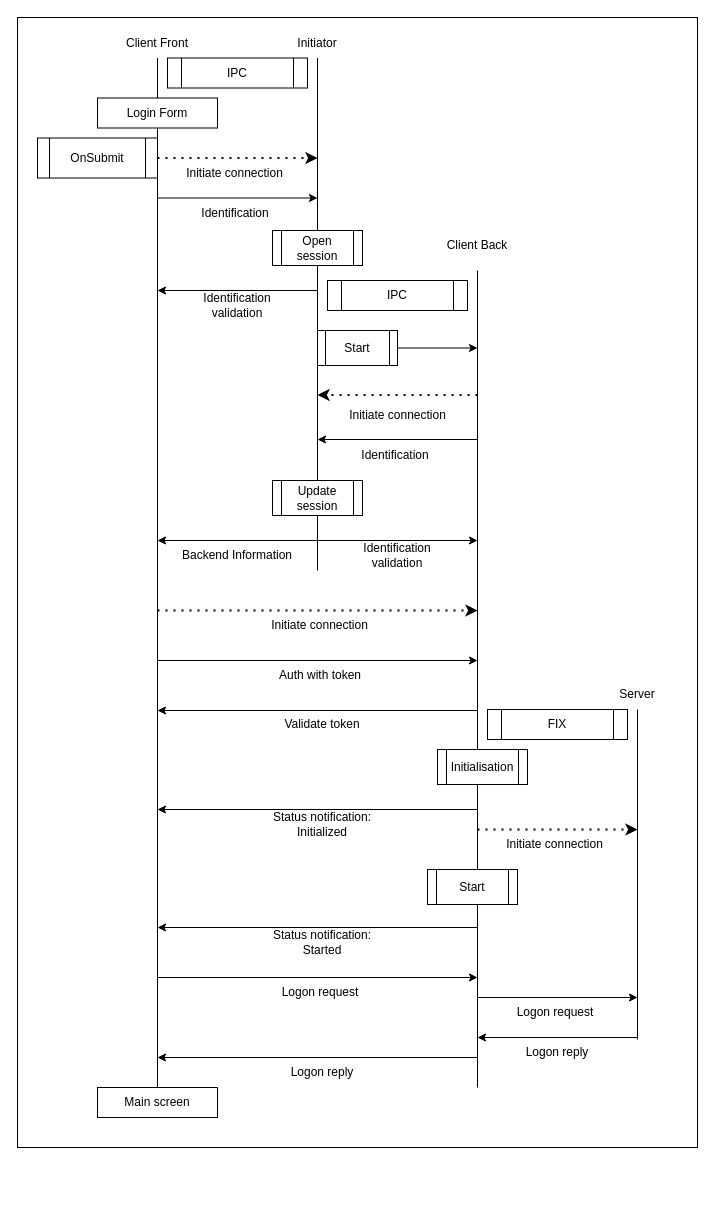
Before: page "IPC protocol" (1 of 3) of schema.drawio in DipStax/FIX4.2-protocol, a draw.io diagram. Source tidied: cells renumbered, new cells numbered last; positions are measured from the earlier drawing's top-left corner, leaving out a move shared by most shapes. Both pictures are drawn from the tidied source at 100%, with x=0, y=0 at pixel (17, 17).
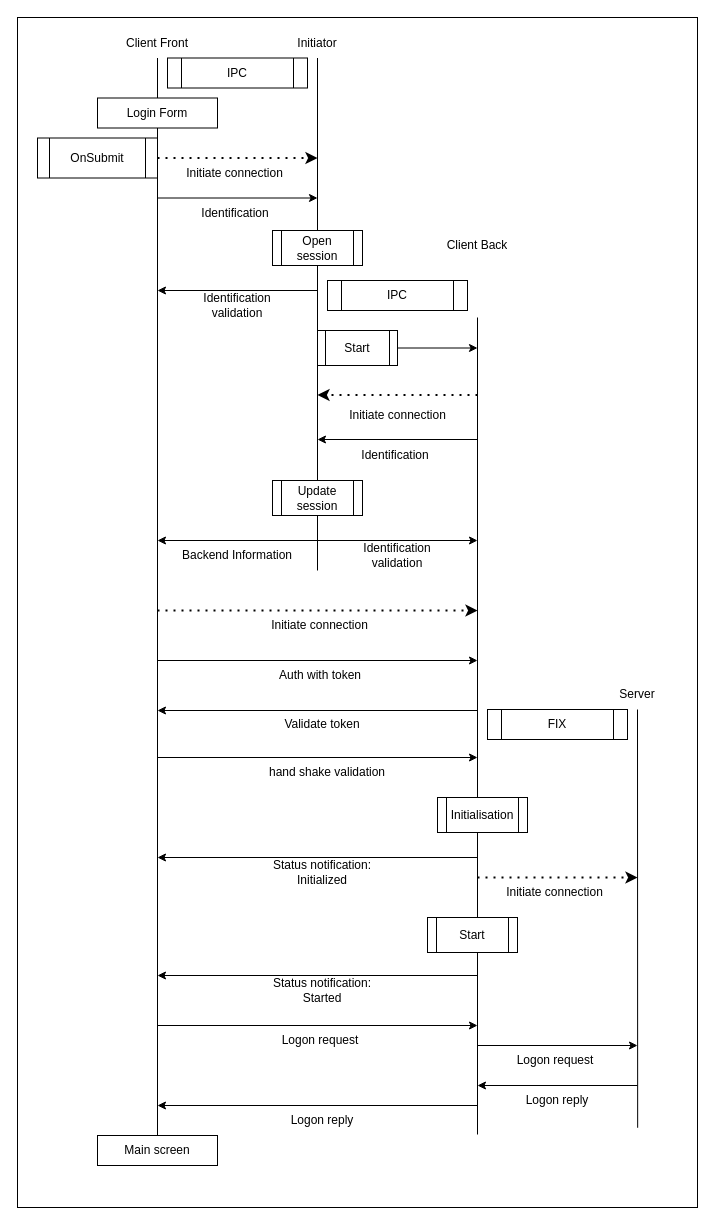
The same diagram, later.

Commit message (it also covers changes not shown here):
doc(Client): update with new hand shake feature

Unchanged cells that the change refers to:
```xml
<mxCell id="17" value="Client Back" style="text;strokeColor=none;fillColor=none;align=center;verticalAlign=middle;spacingLeft=4;spacingRight=4;overflow=hidden;points=[[0,0.5],[1,0.5]];portConstraint=eastwest;whiteSpace=wrap;html=1;" parent="1" vertex="1">
  <mxGeometry x="420" y="213" width="80" height="30" as="geometry" />
</mxCell>
```

What changed in the source:
```diff
@@
     <mxCell id="2" style="rounded=0;whiteSpace=wrap;html=1;" parent="1" vertex="1">
-      <mxGeometry width="680" height="1130" as="geometry" />
+      <mxGeometry width="680" height="1190" as="geometry" />
     </mxCell>
@@
-    <mxCell id="5" style="endArrow=none;html=1;entryX=0.5;entryY=1.333;entryDx=0;entryDy=0;entryPerimeter=0;" parent="1" edge="1" target="17">
+    <mxCell id="5" style="endArrow=none;html=1;entryX=0.5;entryY=1.333;entryDx=0;entryDy=0;entryPerimeter=0;" parent="1" edge="1">
       <mxGeometry relative="1" as="geometry">
-        <mxPoint x="460" y="1070" as="sourcePoint" />
+        <mxPoint x="460" y="1117" as="sourcePoint" />
+        <mxPoint x="460" y="300" as="targetPoint" />
       </mxGeometry>
     </mxCell>
@@
     <mxCell id="31" style="endArrow=classic;html=1;" parent="1" edge="1">
       <mxGeometry relative="1" as="geometry">
-        <mxPoint x="460" y="792" as="sourcePoint" />
-        <mxPoint x="140" y="792" as="targetPoint" />
+        <mxPoint x="460" y="840" as="sourcePoint" />
+        <mxPoint x="140" y="840" as="targetPoint" />
       </mxGeometry>
     </mxCell>
     <mxCell id="32" value="Status notification:&lt;div&gt;Initialized&lt;/div&gt;" style="text;html=1;align=center;verticalAlign=middle;whiteSpace=wrap;rounded=0;" parent="1" vertex="1">
-      <mxGeometry x="245" y="792" width="120" height="30" as="geometry" />
+      <mxGeometry x="245" y="840" width="120" height="30" as="geometry" />
     </mxCell>
     <mxCell id="33" value="Initialisation" style="shape=process;whiteSpace=wrap;html=1;backgroundOutline=1;" parent="1" vertex="1">
-      <mxGeometry x="420" y="732" width="90" height="35" as="geometry" />
+      <mxGeometry x="420" y="780" width="90" height="35" as="geometry" />
     </mxCell>
@@
-    <mxCell id="35" style="endArrow=none;html=1;" parent="1" edge="1">
+    <mxCell id="35" style="endArrow=none;html=1;exitX=0.912;exitY=0.933;exitDx=0;exitDy=0;exitPerimeter=0;" parent="1" edge="1" source="2">
       <mxGeometry relative="1" as="geometry">
-        <mxPoint x="620" y="1022" as="sourcePoint" />
         <mxPoint x="620" y="692" as="targetPoint" />
       </mxGeometry>
     </mxCell>
@@
     <mxCell id="37" style="endArrow=classic;dashed=1;html=1;dashPattern=1 3;strokeWidth=2;exitX=1;exitY=0.5;exitDx=0;exitDy=0;endFill=1;" parent="1" edge="1">
       <mxGeometry relative="1" as="geometry">
-        <mxPoint x="460" y="812" as="sourcePoint" />
-        <mxPoint x="620" y="812" as="targetPoint" />
+        <mxPoint x="460" y="860" as="sourcePoint" />
+        <mxPoint x="620" y="860" as="targetPoint" />
       </mxGeometry>
     </mxCell>
     <mxCell id="38" value="Initiate connection" style="text;html=1;align=center;verticalAlign=middle;whiteSpace=wrap;rounded=0;" parent="1" vertex="1">
-      <mxGeometry x="485" y="812" width="105" height="30" as="geometry" />
+      <mxGeometry x="485" y="860" width="105" height="30" as="geometry" />
     </mxCell>
     <mxCell id="39" style="endArrow=classic;html=1;" parent="1" edge="1">
       <mxGeometry relative="1" as="geometry">
-        <mxPoint x="140" y="960" as="sourcePoint" />
-        <mxPoint x="460" y="960" as="targetPoint" />
+        <mxPoint x="140" y="1008" as="sourcePoint" />
+        <mxPoint x="460" y="1008" as="targetPoint" />
       </mxGeometry>
     </mxCell>
     <mxCell id="40" value="Logon request" style="text;html=1;align=center;verticalAlign=middle;whiteSpace=wrap;rounded=0;" parent="1" vertex="1">
-      <mxGeometry x="242.5" y="960" width="120" height="30" as="geometry" />
+      <mxGeometry x="242.5" y="1008" width="120" height="30" as="geometry" />
     </mxCell>
     <mxCell id="41" style="endArrow=classic;html=1;" parent="1" edge="1">
       <mxGeometry relative="1" as="geometry">
-        <mxPoint x="460" y="980" as="sourcePoint" />
-        <mxPoint x="620" y="980" as="targetPoint" />
+        <mxPoint x="460" y="1028" as="sourcePoint" />
+        <mxPoint x="620" y="1028" as="targetPoint" />
       </mxGeometry>
     </mxCell>
     <mxCell id="42" value="Logon request" style="text;html=1;align=center;verticalAlign=middle;whiteSpace=wrap;rounded=0;" parent="1" vertex="1">
-      <mxGeometry x="477.5" y="980" width="120" height="30" as="geometry" />
+      <mxGeometry x="477.5" y="1028" width="120" height="30" as="geometry" />
     </mxCell>
     <mxCell id="43" style="endArrow=classic;html=1;" parent="1" edge="1">
       <mxGeometry relative="1" as="geometry">
-        <mxPoint x="620" y="1020" as="sourcePoint" />
-        <mxPoint x="460" y="1020" as="targetPoint" />
+        <mxPoint x="620" y="1068" as="sourcePoint" />
+        <mxPoint x="460" y="1068" as="targetPoint" />
       </mxGeometry>
     </mxCell>
     <mxCell id="44" value="Logon reply" style="text;html=1;align=center;verticalAlign=middle;whiteSpace=wrap;rounded=0;" parent="1" vertex="1">
-      <mxGeometry x="480" y="1020" width="120" height="30" as="geometry" />
+      <mxGeometry x="480" y="1068" width="120" height="30" as="geometry" />
     </mxCell>
     <mxCell id="45" style="endArrow=classic;html=1;" parent="1" edge="1">
       <mxGeometry relative="1" as="geometry">
-        <mxPoint x="460" y="1040" as="sourcePoint" />
-        <mxPoint x="140" y="1040" as="targetPoint" />
+        <mxPoint x="460" y="1088" as="sourcePoint" />
+        <mxPoint x="140" y="1088" as="targetPoint" />
       </mxGeometry>
     </mxCell>
     <mxCell id="46" value="Logon reply" style="text;html=1;align=center;verticalAlign=middle;whiteSpace=wrap;rounded=0;" parent="1" vertex="1">
-      <mxGeometry x="245" y="1040" width="120" height="30" as="geometry" />
+      <mxGeometry x="245" y="1088" width="120" height="30" as="geometry" />
     </mxCell>
     <mxCell id="47" value="Start" style="shape=process;whiteSpace=wrap;html=1;backgroundOutline=1;" parent="1" vertex="1">
-      <mxGeometry x="410" y="852" width="90" height="35" as="geometry" />
+      <mxGeometry x="410" y="900" width="90" height="35" as="geometry" />
     </mxCell>
     <mxCell id="48" value="Main screen" style="rounded=0;whiteSpace=wrap;html=1;" parent="1" vertex="1">
-      <mxGeometry x="80" y="1070" width="120" height="30" as="geometry" />
+      <mxGeometry x="80" y="1118" width="120" height="30" as="geometry" />
     </mxCell>
@@
     <mxCell id="55" value="Status notification:&lt;div&gt;Started&lt;/div&gt;" style="text;html=1;align=center;verticalAlign=middle;whiteSpace=wrap;rounded=0;" parent="1" vertex="1">
-      <mxGeometry x="245" y="910" width="120" height="30" as="geometry" />
+      <mxGeometry x="245" y="958" width="120" height="30" as="geometry" />
     </mxCell>
     <mxCell id="56" style="endArrow=classic;html=1;" parent="1" edge="1">
       <mxGeometry relative="1" as="geometry">
-        <mxPoint x="460" y="910" as="sourcePoint" />
-        <mxPoint x="140" y="910" as="targetPoint" />
+        <mxPoint x="460" y="958" as="sourcePoint" />
+        <mxPoint x="140" y="958" as="targetPoint" />
       </mxGeometry>
     </mxCell>
+    <mxCell id="57" style="endArrow=classic;html=1;" parent="1" edge="1">
+      <mxGeometry relative="1" as="geometry">
+        <mxPoint x="140" y="740" as="sourcePoint" />
+        <mxPoint x="460" y="740" as="targetPoint" />
+      </mxGeometry>
+    </mxCell>
+    <mxCell id="58" value="hand shake validation" style="text;html=1;align=center;verticalAlign=middle;whiteSpace=wrap;rounded=0;" parent="1" vertex="1">
+      <mxGeometry x="250" y="740" width="120" height="30" as="geometry" />
+    </mxCell>
```
